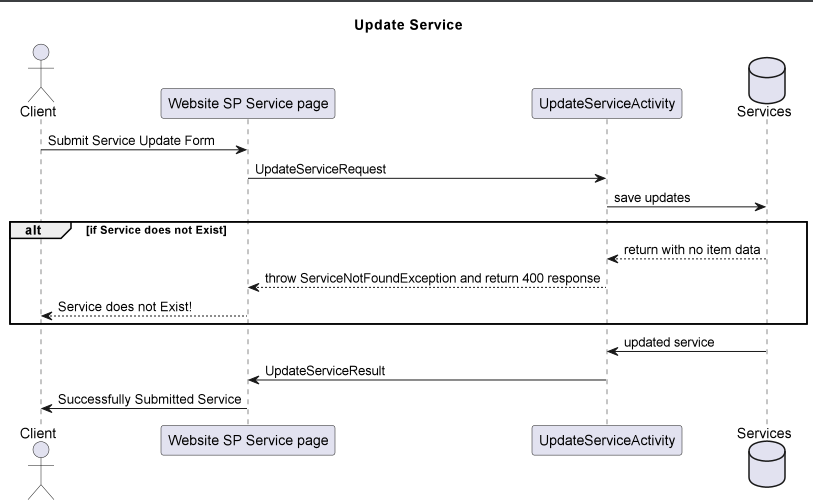
This is project_documents/images/design_document/updateService.PNG from BloomTechBackend/bd-team-project-support-zebra, a PlantUML export, as it was before one commit. Its source is kept beside it as project_documents/SequenceDiagrams/UpdateService.puml.
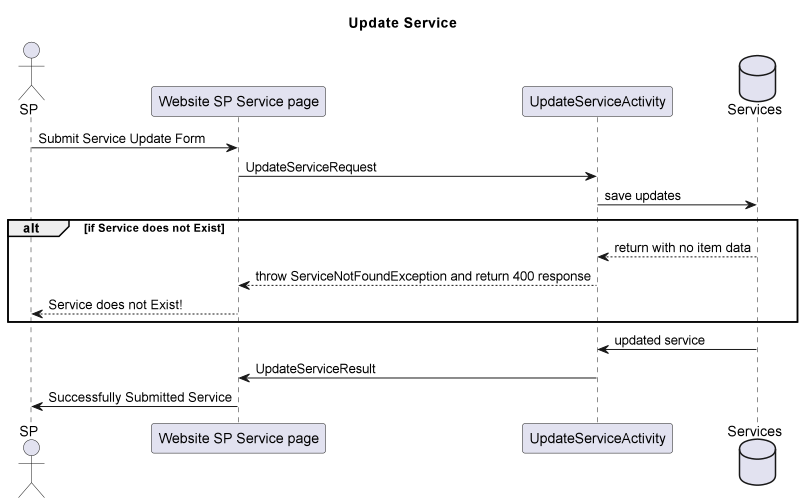
Above is the later version.

Commit message:
added design document image and edited sequence diagram

Diff of the diagram source:
```diff
@@ -1,7 +1,7 @@
 @startuml
 
 title Update Service
-actor Client as c
+actor SP as c
 participant "Website SP Service page" as wrp
 participant UpdateServiceActivity as cua
 database Services as s
```
